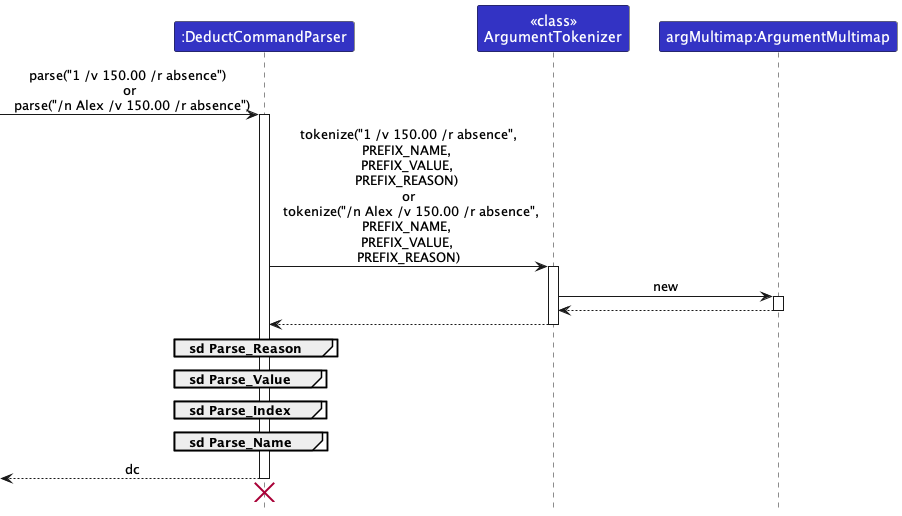
nus-cs2103-AY2324S1/tp keeps this PlantUML diagram as docs/images/ParseDeductCommandSequenceDiagram.png. Above is the earlier version. The source it was exported from:
```plantuml
@startuml
!include style.puml
skinparam ArrowFontStyle plain
skinparam sequenceReferenceBackgroundColor white


participant ":DeductCommandParser" as DeductCommandParser LOGIC_COLOR
participant "<<class>>\nArgumentTokenizer" as ArgumentTokenizer LOGIC_COLOR
participant "argMultimap:ArgumentMultimap" as ArgMultimap LOGIC_COLOR


-> DeductCommandParser : parse("1 /v 150.00 /r absence") \n or \n parse("/n Alex /v 150.00 /r absence")
activate DeductCommandParser

DeductCommandParser -> ArgumentTokenizer : tokenize("1 /v 150.00 /r absence",\nPREFIX_NAME, \nPREFIX_VALUE, \nPREFIX_REASON) \n or \n tokenize("/n Alex /v 150.00 /r absence",\nPREFIX_NAME, \nPREFIX_VALUE, \nPREFIX_REASON)
activate ArgumentTokenizer

ArgumentTokenizer -> ArgMultimap : new
activate ArgMultimap
ArgumentTokenizer <-- ArgMultimap
deactivate ArgMultimap
DeductCommandParser <-- ArgumentTokenizer
deactivate ArgumentTokenizer

group **sd** Parse_Reason
end

group **sd** Parse_Value
end

group **sd** Parse_Index
end

group **sd** Parse_Name
end

<-- DeductCommandParser : dc
deactivate DeductCommandParser
DeductCommandParser -[hidden]->
destroy DeductCommandParser

@enduml
```
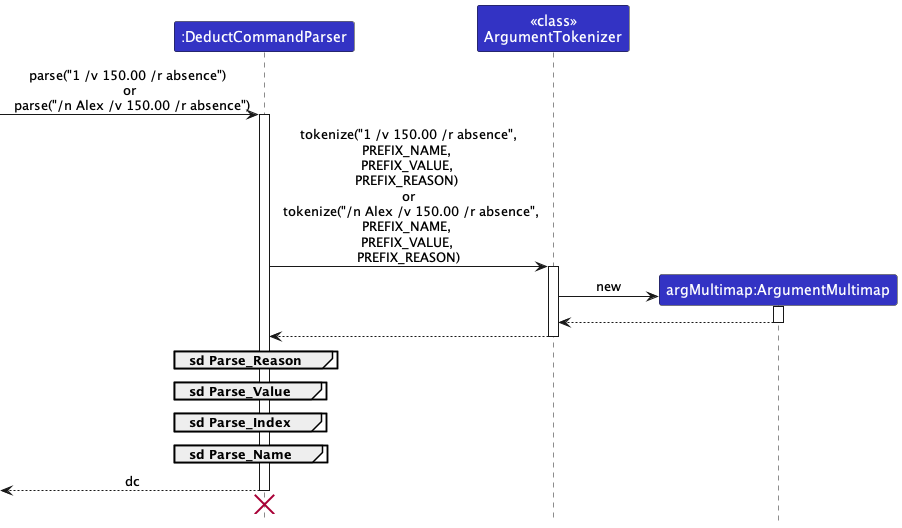
After the commit.

The edit, as a diff of the source:
```diff
@@ -15,6 +15,7 @@
 DeductCommandParser -> ArgumentTokenizer : tokenize("1 /v 150.00 /r absence",\nPREFIX_NAME, \nPREFIX_VALUE, \nPREFIX_REASON) \n or \n tokenize("/n Alex /v 150.00 /r absence",\nPREFIX_NAME, \nPREFIX_VALUE, \nPREFIX_REASON)
 activate ArgumentTokenizer
 
+create ArgMultimap
 ArgumentTokenizer -> ArgMultimap : new
 activate ArgMultimap
 ArgumentTokenizer <-- ArgMultimap
```
